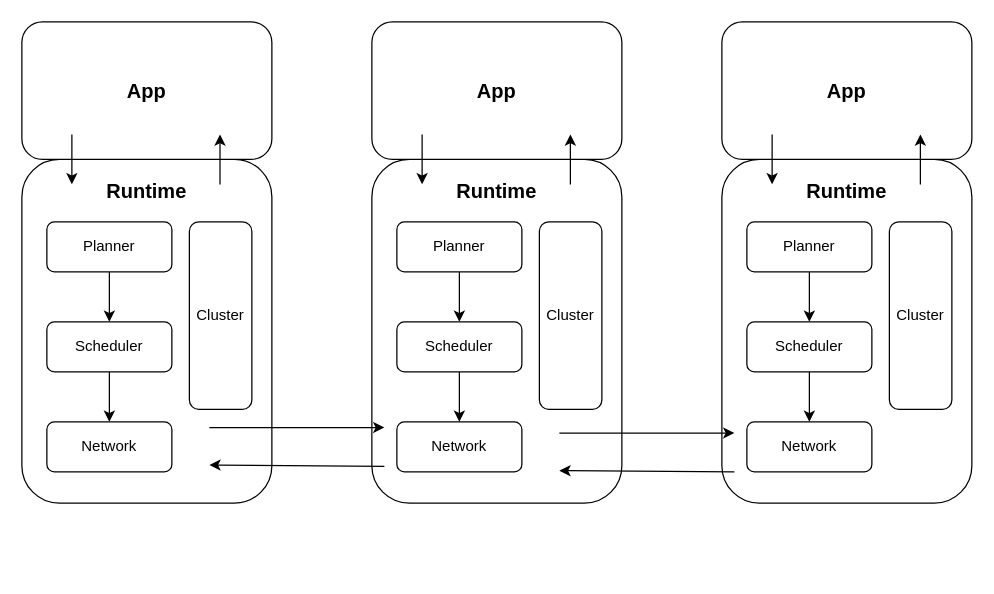
This is docs/datafusion-dist-arch.drawio from systemxlabs/datafusion-dist, a draw.io file, before an edit. Source tidied: cells renumbered, new cells numbered last; positions are measured from the earlier drawing's top-left corner, leaving out a move shared by most shapes. Both pictures are drawn from the tidied source at 125%, with x=0, y=0 at pixel (21, 21).
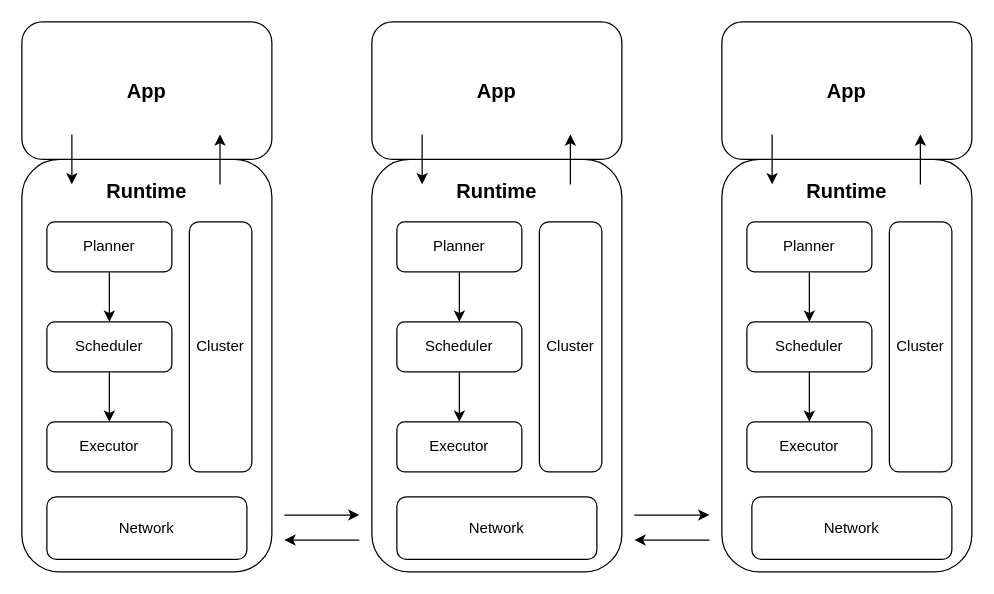
The same diagram, later.

What changed in the source:
```diff
@@
     <mxCell id="2" style="rounded=1;whiteSpace=wrap;html=1;" parent="1" vertex="1">
-      <mxGeometry y="110" width="200" height="275" as="geometry" />
+      <mxGeometry y="110" width="200" height="330" as="geometry" />
     </mxCell>
@@
-    <mxCell id="7" value="Network" style="rounded=1;whiteSpace=wrap;html=1;" parent="1" vertex="1">
+    <mxCell id="7" value="Executor" style="rounded=1;whiteSpace=wrap;html=1;" parent="1" vertex="1">
       <mxGeometry x="20" y="320" width="100" height="40" as="geometry" />
     </mxCell>
@@
     <mxCell id="9" value="Cluster" style="rounded=1;whiteSpace=wrap;html=1;" parent="1" vertex="1">
-      <mxGeometry x="134" y="160" width="50" height="150" as="geometry" />
+      <mxGeometry x="134" y="160" width="50" height="200" as="geometry" />
     </mxCell>
     <mxCell id="10" style="rounded=1;whiteSpace=wrap;html=1;" parent="1" vertex="1">
-      <mxGeometry x="280" y="110" width="200" height="275" as="geometry" />
+      <mxGeometry x="280" y="110" width="200" height="330" as="geometry" />
     </mxCell>
@@
-    <mxCell id="15" value="Network" style="rounded=1;whiteSpace=wrap;html=1;" parent="1" vertex="1">
+    <mxCell id="15" value="Executor" style="rounded=1;whiteSpace=wrap;html=1;" parent="1" vertex="1">
       <mxGeometry x="300" y="320" width="100" height="40" as="geometry" />
     </mxCell>
@@
     <mxCell id="17" value="Cluster" style="rounded=1;whiteSpace=wrap;html=1;" parent="1" vertex="1">
-      <mxGeometry x="414" y="160" width="50" height="150" as="geometry" />
+      <mxGeometry x="414" y="160" width="50" height="200" as="geometry" />
     </mxCell>
     <mxCell id="18" style="rounded=1;whiteSpace=wrap;html=1;" parent="1" vertex="1">
-      <mxGeometry x="560" y="110" width="200" height="275" as="geometry" />
+      <mxGeometry x="560" y="110" width="200" height="330" as="geometry" />
     </mxCell>
@@
-    <mxCell id="23" value="Network" style="rounded=1;whiteSpace=wrap;html=1;" parent="1" vertex="1">
+    <mxCell id="23" value="Executor" style="rounded=1;whiteSpace=wrap;html=1;" parent="1" vertex="1">
       <mxGeometry x="580" y="320" width="100" height="40" as="geometry" />
     </mxCell>
@@
     <mxCell id="25" value="Cluster" style="rounded=1;whiteSpace=wrap;html=1;" parent="1" vertex="1">
-      <mxGeometry x="694" y="160" width="50" height="150" as="geometry" />
+      <mxGeometry x="694" y="160" width="50" height="200" as="geometry" />
     </mxCell>
-    <mxCell id="26" style="endArrow=classic;html=1;rounded=0;entryX=0.05;entryY=0.796;entryDx=0;entryDy=0;entryPerimeter=0;" parent="1" edge="1" target="18">
-      <mxGeometry relative="1" as="geometry">
-        <mxPoint x="430" y="329" as="sourcePoint" />
-      </mxGeometry>
-    </mxCell>
-    <mxCell id="27" style="endArrow=classic;html=1;rounded=0;entryX=0.75;entryY=0.909;entryDx=0;entryDy=0;entryPerimeter=0;exitX=0.05;exitY=0.909;exitDx=0;exitDy=0;exitPerimeter=0;" parent="1" edge="1" source="18">
-      <mxGeometry relative="1" as="geometry">
-        <mxPoint x="430" y="359" as="targetPoint" />
-      </mxGeometry>
-    </mxCell>
-    <mxCell id="28" style="endArrow=classic;html=1;rounded=0;entryX=0.05;entryY=0.796;entryDx=0;entryDy=0;entryPerimeter=0;" parent="1" edge="1">
-      <mxGeometry relative="1" as="geometry">
-        <mxPoint x="150" y="324.5" as="sourcePoint" />
-        <mxPoint x="290" y="324.5" as="targetPoint" />
-      </mxGeometry>
-    </mxCell>
-    <mxCell id="29" style="endArrow=classic;html=1;rounded=0;entryX=0.75;entryY=0.909;entryDx=0;entryDy=0;entryPerimeter=0;exitX=0.05;exitY=0.909;exitDx=0;exitDy=0;exitPerimeter=0;" parent="1" edge="1">
-      <mxGeometry relative="1" as="geometry">
-        <mxPoint x="290" y="355.5" as="sourcePoint" />
-        <mxPoint x="150" y="354.5" as="targetPoint" />
-      </mxGeometry>
-    </mxCell>
@@
+    <mxCell id="39" value="Network" style="rounded=1;whiteSpace=wrap;html=1;" parent="1" vertex="1">
+      <mxGeometry x="20" y="380" width="160" height="50" as="geometry" />
+    </mxCell>
+    <mxCell id="40" value="Network" style="rounded=1;whiteSpace=wrap;html=1;" parent="1" vertex="1">
+      <mxGeometry x="300" y="380" width="160" height="50" as="geometry" />
+    </mxCell>
+    <mxCell id="41" value="Network" style="rounded=1;whiteSpace=wrap;html=1;" parent="1" vertex="1">
+      <mxGeometry x="584" y="380" width="160" height="50" as="geometry" />
+    </mxCell>
+    <mxCell id="42" style="endArrow=classic;html=1;rounded=0;" parent="1" edge="1">
+      <mxGeometry relative="1" as="geometry">
+        <mxPoint x="210" y="394.5" as="sourcePoint" />
+        <mxPoint x="270" y="394.5" as="targetPoint" />
+      </mxGeometry>
+    </mxCell>
+    <mxCell id="43" style="endArrow=classic;html=1;rounded=0;" parent="1" edge="1">
+      <mxGeometry relative="1" as="geometry">
+        <mxPoint x="270" y="414.5" as="sourcePoint" />
+        <mxPoint x="210" y="414.5" as="targetPoint" />
+      </mxGeometry>
+    </mxCell>
+    <mxCell id="44" style="endArrow=classic;html=1;rounded=0;" parent="1" edge="1">
+      <mxGeometry relative="1" as="geometry">
+        <mxPoint x="490" y="394.5" as="sourcePoint" />
+        <mxPoint x="550" y="394.5" as="targetPoint" />
+      </mxGeometry>
+    </mxCell>
+    <mxCell id="45" style="endArrow=classic;html=1;rounded=0;" parent="1" edge="1">
+      <mxGeometry relative="1" as="geometry">
+        <mxPoint x="550" y="414.5" as="sourcePoint" />
+        <mxPoint x="490" y="414.5" as="targetPoint" />
+      </mxGeometry>
+    </mxCell>
```
